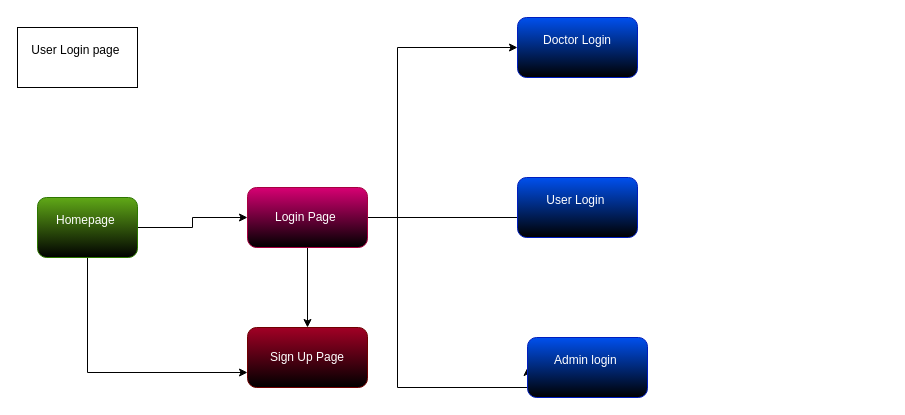
This is Hospital_hms.drawio from Abhinavan2004/MediBridge-hms, a draw.io file, before an edit. Source tidied: cells renumbered, new cells numbered last; positions are measured from the earlier drawing's top-left corner, leaving out a move shared by most shapes. Both pictures are drawn from the tidied source at 100%, with x=0, y=0 at pixel (17, 17).
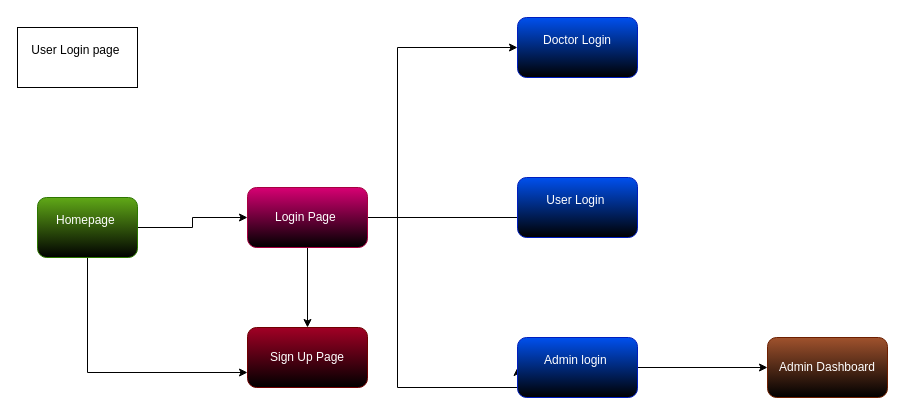
The same diagram, later.

What changed in the source:
```diff
@@
+    <mxCell id="15" style="edgeStyle=orthogonalEdgeStyle;rounded=0;jettySize=auto;html=1;" parent="1" edge="1" source="14" target="16">
+      <mxGeometry relative="1" as="geometry" />
+    </mxCell>
     <mxCell id="14" value="Admin login&amp;nbsp;&lt;div&gt;&lt;br&gt;&lt;/div&gt;" style="rounded=1;whiteSpace=wrap;html=1;fillColor=#0050ef;fontColor=#ffffff;strokeColor=#001DBC;gradientColor=default;" parent="1" vertex="1">
-      <mxGeometry x="510" y="320" width="120" height="60" as="geometry" />
+      <mxGeometry x="500" y="320" width="120" height="60" as="geometry" />
     </mxCell>
+    <mxCell id="16" value="Admin Dashboard" style="rounded=1;whiteSpace=wrap;html=1;fillColor=#a0522d;fontColor=#ffffff;strokeColor=#6D1F00;gradientColor=default;" parent="1" vertex="1">
+      <mxGeometry x="750" y="320" width="120" height="60" as="geometry" />
+    </mxCell>
```
